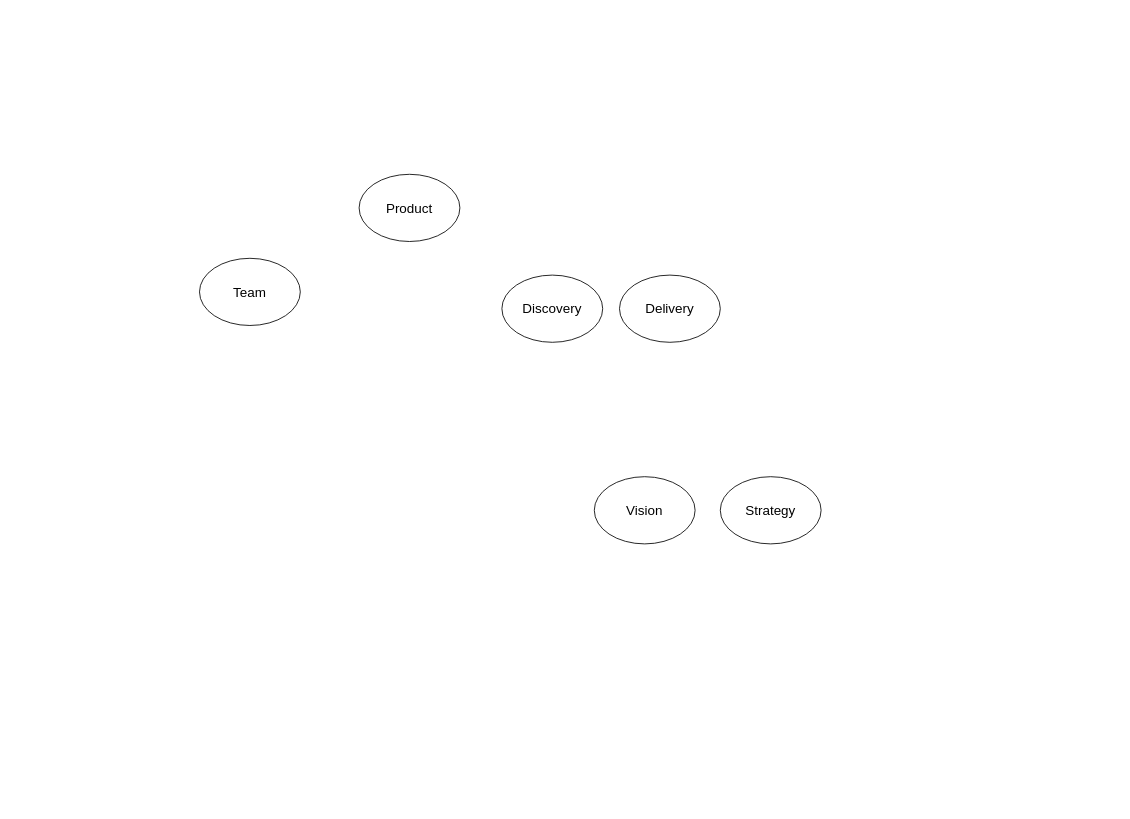
Earlier version of the draw.io diagram product-management-mindmap.drawio (pirkkahuhtala/product-management). Source tidied: cells renumbered, new cells numbered last; positions are measured from the earlier drawing's top-left corner, leaving out a move shared by most shapes. Both pictures are drawn from the tidied source at 84%, with x=0, y=0 at pixel (199, 174).
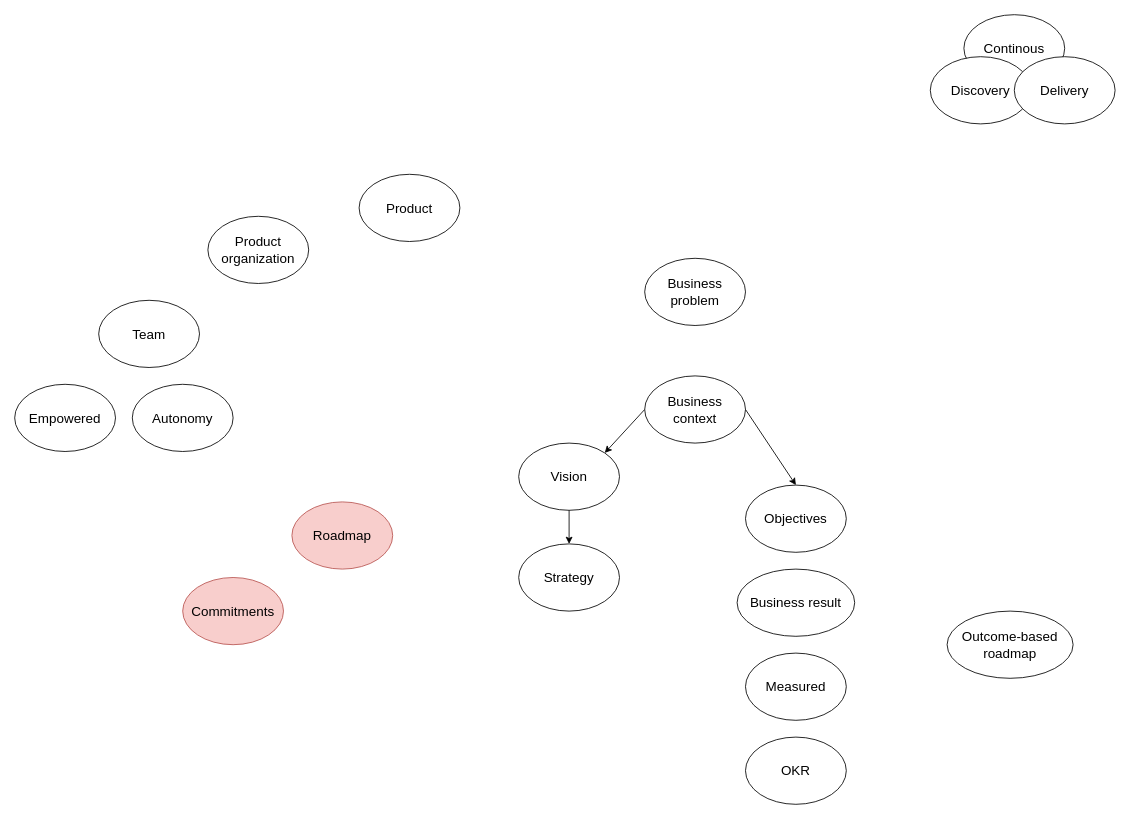
The same page after the edit.

The edit, as a diff of the source:
```diff
@@
+    <mxCell id="8" value="&lt;font style=&quot;font-size: 16px&quot;&gt;Continous&lt;/font&gt;" style="ellipse;whiteSpace=wrap;html=1;" parent="1" vertex="1">
+      <mxGeometry x="910" y="-190" width="120" height="80" as="geometry" />
+    </mxCell>
@@
     <mxCell id="3" value="&lt;font style=&quot;font-size: 16px&quot;&gt;Team&lt;/font&gt;" style="ellipse;whiteSpace=wrap;html=1;" parent="1" vertex="1">
-      <mxGeometry y="100" width="120" height="80" as="geometry" />
+      <mxGeometry x="-120" y="150" width="120" height="80" as="geometry" />
     </mxCell>
     <mxCell id="4" value="&lt;font style=&quot;font-size: 16px&quot;&gt;Discovery&lt;/font&gt;" style="ellipse;whiteSpace=wrap;html=1;" parent="1" vertex="1">
-      <mxGeometry x="360" y="120" width="120" height="80" as="geometry" />
+      <mxGeometry x="870" y="-140" width="120" height="80" as="geometry" />
     </mxCell>
     <mxCell id="5" value="&lt;font style=&quot;font-size: 16px&quot;&gt;Delivery&lt;/font&gt;" style="ellipse;whiteSpace=wrap;html=1;" parent="1" vertex="1">
-      <mxGeometry x="500" y="120" width="120" height="80" as="geometry" />
+      <mxGeometry x="970" y="-140" width="120" height="80" as="geometry" />
     </mxCell>
     <mxCell id="6" value="&lt;font style=&quot;font-size: 16px&quot;&gt;Vision&lt;br&gt;&lt;/font&gt;" style="ellipse;whiteSpace=wrap;html=1;" parent="1" vertex="1">
-      <mxGeometry x="470" y="360" width="120" height="80" as="geometry" />
+      <mxGeometry x="380" y="320" width="120" height="80" as="geometry" />
     </mxCell>
     <mxCell id="7" value="&lt;font style=&quot;font-size: 16px&quot;&gt;Strategy&lt;br&gt;&lt;/font&gt;" style="ellipse;whiteSpace=wrap;html=1;" parent="1" vertex="1">
-      <mxGeometry x="620" y="360" width="120" height="80" as="geometry" />
+      <mxGeometry x="380" y="440" width="120" height="80" as="geometry" />
     </mxCell>
+    <mxCell id="9" value="&lt;font style=&quot;font-size: 16px&quot;&gt;Product organization&lt;/font&gt;" style="ellipse;whiteSpace=wrap;html=1;" parent="1" vertex="1">
+      <mxGeometry x="10" y="50" width="120" height="80" as="geometry" />
+    </mxCell>
+    <mxCell id="10" value="&lt;font style=&quot;font-size: 16px&quot;&gt;Business context&lt;br&gt;&lt;/font&gt;" style="ellipse;whiteSpace=wrap;html=1;" parent="1" vertex="1">
+      <mxGeometry x="530" y="240" width="120" height="80" as="geometry" />
+    </mxCell>
+    <mxCell id="11" value="&lt;font style=&quot;font-size: 16px&quot;&gt;Objectives&lt;br&gt;&lt;/font&gt;" style="ellipse;whiteSpace=wrap;html=1;" parent="1" vertex="1">
+      <mxGeometry x="650" y="370" width="120" height="80" as="geometry" />
+    </mxCell>
+    <mxCell id="12" style="endArrow=classic;html=1;exitX=0;exitY=0.5;exitDx=0;exitDy=0;entryX=1;entryY=0;entryDx=0;entryDy=0;" parent="1" edge="1" source="10" target="6">
+      <mxGeometry relative="1" as="geometry" />
+    </mxCell>
+    <mxCell id="13" style="endArrow=classic;html=1;exitX=0.5;exitY=1;exitDx=0;exitDy=0;" parent="1" edge="1" source="6" target="7">
+      <mxGeometry relative="1" as="geometry" />
+    </mxCell>
+    <mxCell id="14" style="endArrow=classic;html=1;entryX=0.5;entryY=0;entryDx=0;entryDy=0;exitX=1;exitY=0.5;exitDx=0;exitDy=0;" parent="1" edge="1" source="10" target="11">
+      <mxGeometry relative="1" as="geometry" />
+    </mxCell>
+    <mxCell id="15" value="&lt;span style=&quot;font-size: 16px&quot;&gt;Business problem&lt;/span&gt;" style="ellipse;whiteSpace=wrap;html=1;" parent="1" vertex="1">
+      <mxGeometry x="530" y="100" width="120" height="80" as="geometry" />
+    </mxCell>
+    <mxCell id="16" value="&lt;font style=&quot;font-size: 16px&quot;&gt;OKR&lt;br&gt;&lt;/font&gt;" style="ellipse;whiteSpace=wrap;html=1;" parent="1" vertex="1">
+      <mxGeometry x="650" y="670" width="120" height="80" as="geometry" />
+    </mxCell>
+    <mxCell id="17" value="&lt;font style=&quot;font-size: 16px&quot;&gt;Outcome-based roadmap&lt;br&gt;&lt;/font&gt;" style="ellipse;whiteSpace=wrap;html=1;" parent="1" vertex="1">
+      <mxGeometry x="890" y="520" width="150" height="80" as="geometry" />
+    </mxCell>
+    <mxCell id="18" value="&lt;font style=&quot;font-size: 16px&quot;&gt;Autonomy&lt;/font&gt;" style="ellipse;whiteSpace=wrap;html=1;" parent="1" vertex="1">
+      <mxGeometry x="-80" y="250" width="120" height="80" as="geometry" />
+    </mxCell>
+    <mxCell id="19" value="&lt;span style=&quot;font-size: 16px&quot;&gt;Business result&lt;/span&gt;" style="ellipse;whiteSpace=wrap;html=1;" parent="1" vertex="1">
+      <mxGeometry x="640" y="470" width="140" height="80" as="geometry" />
+    </mxCell>
+    <mxCell id="20" value="&lt;font style=&quot;font-size: 16px&quot;&gt;Roadmap&lt;/font&gt;" style="ellipse;whiteSpace=wrap;html=1;fillColor=#f8cecc;strokeColor=#b85450;" parent="1" vertex="1">
+      <mxGeometry x="110" y="390" width="120" height="80" as="geometry" />
+    </mxCell>
+    <mxCell id="21" value="&lt;font style=&quot;font-size: 16px&quot;&gt;Measured&lt;/font&gt;" style="ellipse;whiteSpace=wrap;html=1;" parent="1" vertex="1">
+      <mxGeometry x="650" y="570" width="120" height="80" as="geometry" />
+    </mxCell>
+    <mxCell id="22" value="&lt;font style=&quot;font-size: 16px&quot;&gt;Empowered&lt;/font&gt;" style="ellipse;whiteSpace=wrap;html=1;" parent="1" vertex="1">
+      <mxGeometry x="-220" y="250" width="120" height="80" as="geometry" />
+    </mxCell>
+    <mxCell id="23" value="&lt;font style=&quot;font-size: 16px&quot;&gt;Commitments&lt;/font&gt;" style="ellipse;whiteSpace=wrap;html=1;fillColor=#f8cecc;strokeColor=#b85450;" parent="1" vertex="1">
+      <mxGeometry x="-20" y="480" width="120" height="80" as="geometry" />
+    </mxCell>
```
